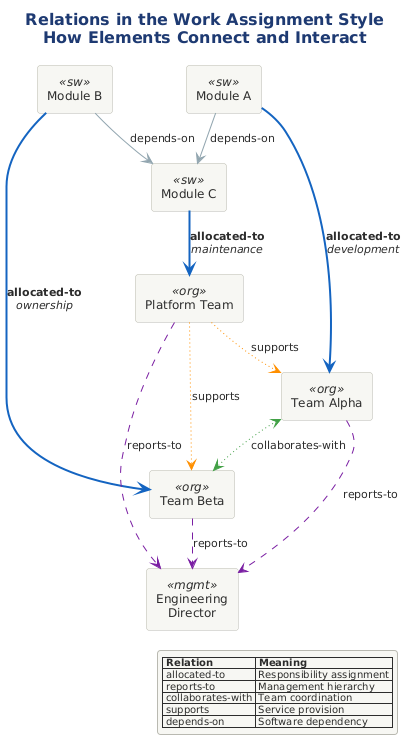
Before: src/architecture/views-and-beyond/style-catalogs/allocation/work-assignment-style/png/03-relations.png, a diagram exported from PlantUML (Notoriousjayy/latex-docs).
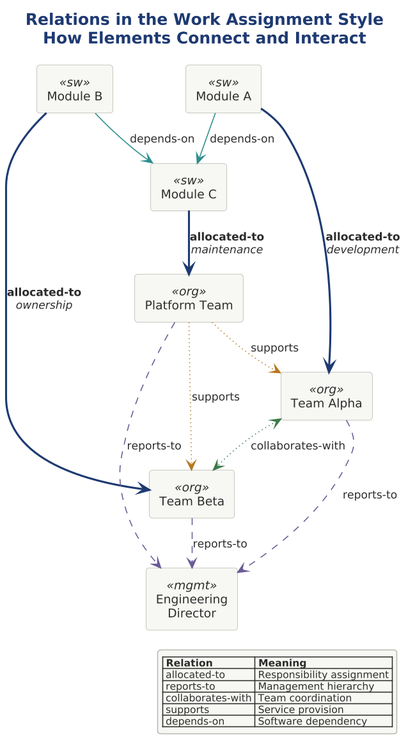
After the change.

Diff of the diagram source:
```diff
@@ -1,4 +1,9 @@
 @startuml 03-relations
+
+skinparam dpi 150
+
+
+
 !include ../../../../../../tooling/styles/plantuml/structural/component-diagram-style.iuml
 
 skinparam nodesep 40
@@ -16,21 +21,21 @@
 
 rectangle "Engineering\nDirector" as dir <<mgmt>>
 
-mod_a -[#1565C0,bold]-> team_a : <b>allocated-to</b>\n//development//
-mod_b -[#1565C0,bold]-> team_b : <b>allocated-to</b>\n//ownership//
-mod_c -[#1565C0,bold]-> team_p : <b>allocated-to</b>\n//maintenance//
+mod_a -[$line_primary,bold]-> team_a : <b>allocated-to</b>\n//development//
+mod_b -[$line_primary,bold]-> team_b : <b>allocated-to</b>\n//ownership//
+mod_c -[$line_primary,bold]-> team_p : <b>allocated-to</b>\n//maintenance//
 
-team_a -[#7B1FA2,dashed]-> dir : reports-to
-team_b -[#7B1FA2,dashed]-> dir : reports-to
-team_p -[#7B1FA2,dashed]-> dir : reports-to
+team_a -[$line_alt,dashed]-> dir : reports-to
+team_b -[$line_alt,dashed]-> dir : reports-to
+team_p -[$line_alt,dashed]-> dir : reports-to
 
-team_a <-[#43A047,dotted]-> team_b : collaborates-with
+team_a <-[$line_ok,dotted]-> team_b : collaborates-with
 
-team_p -[#FF8F00,dotted]-> team_a : supports
-team_p -[#FF8F00,dotted]-> team_b : supports
+team_p -[$line_caution,dotted]-> team_a : supports
+team_p -[$line_caution,dotted]-> team_b : supports
 
-mod_a -[#90A4AE]-> mod_c : depends-on
-mod_b -[#90A4AE]-> mod_c : depends-on
+mod_a -[$line_dynamic]-> mod_c : depends-on
+mod_b -[$line_dynamic]-> mod_c : depends-on
 
 legend right
   |= Relation |= Meaning |
```
